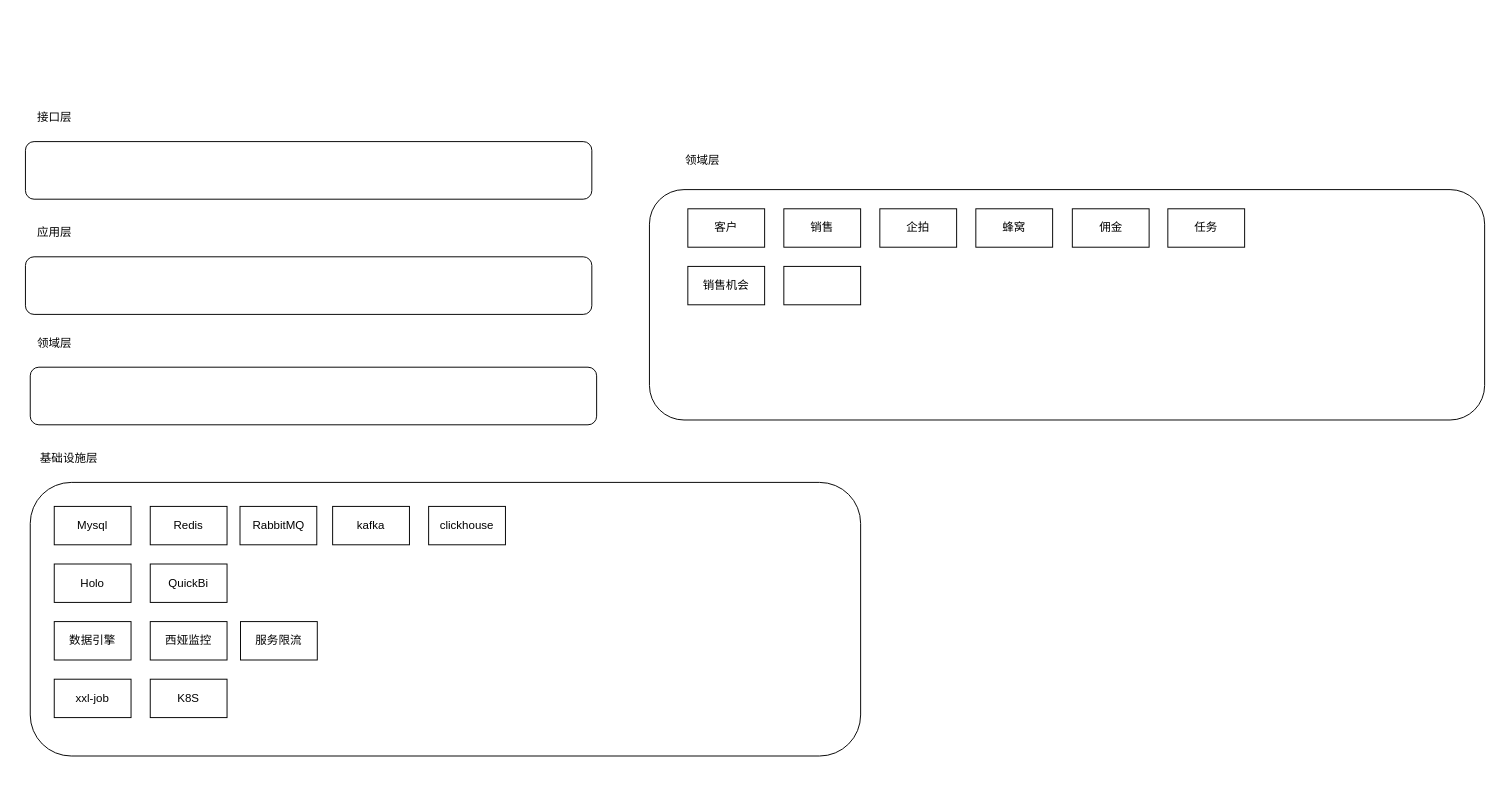
The draw.io diagram RS&RP应用层架构.drawio in shixiaoding/draw, before the edit. Source tidied: cells renumbered, new cells numbered last; positions are measured from the earlier drawing's top-left corner, leaving out a move shared by most shapes. Both pictures are drawn from the tidied source at 96%, with x=0, y=0 at pixel (25, 103).
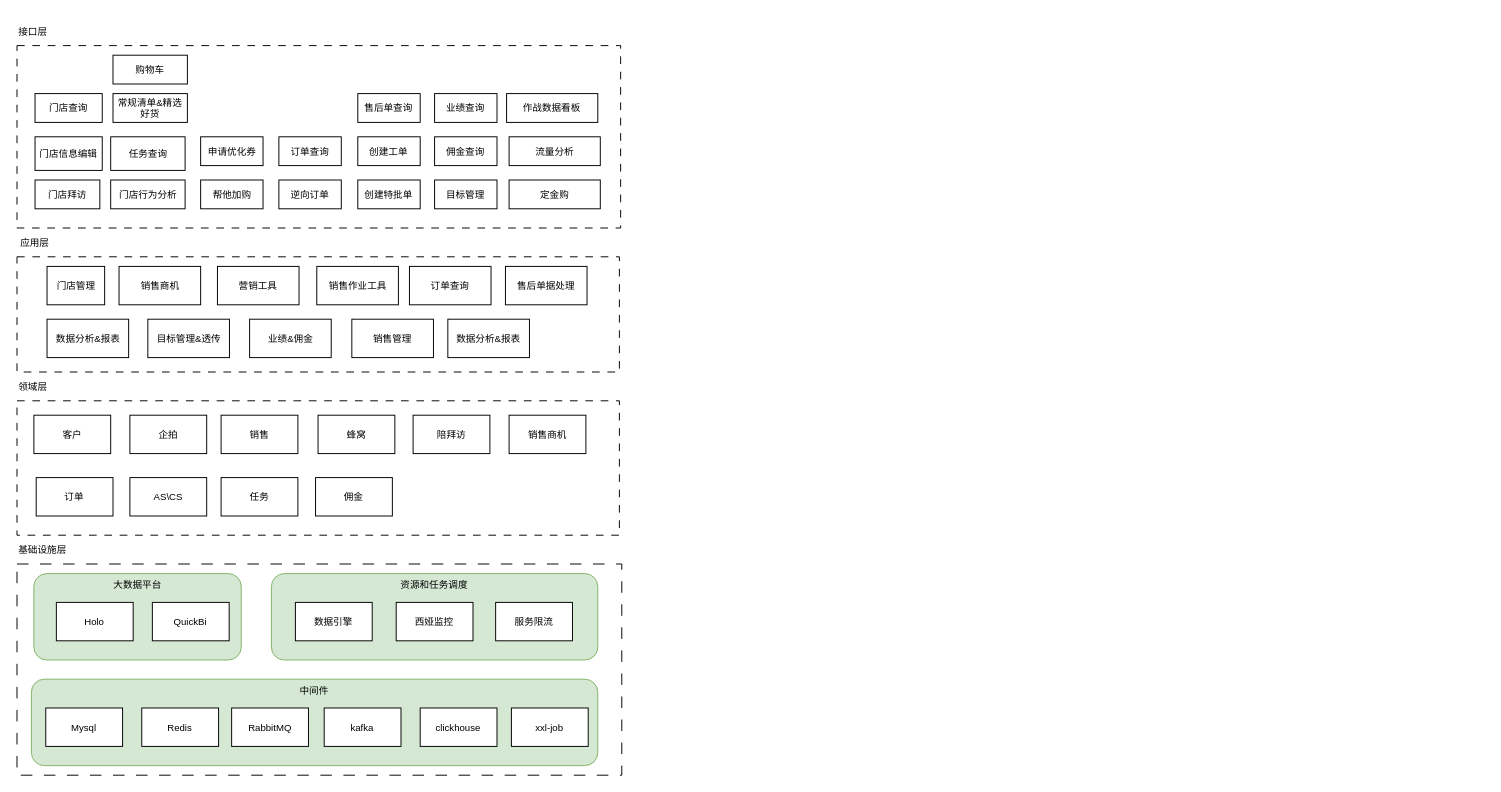
The same diagram, later.

Commit message (it also covers changes not shown here):
更新RS&RP应用层架构.drawio

Change to the diagram source:
```diff
@@
-    <mxCell id="2" style="rounded=1;whiteSpace=wrap;html=1;" parent="1" vertex="1">
-      <mxGeometry x="5" y="275" width="590" height="60" as="geometry" />
-    </mxCell>
-    <mxCell id="3" value="领域层" style="text;html=1;align=center;verticalAlign=middle;strokeColor=none;fillColor=none;" parent="1" vertex="1">
-      <mxGeometry y="235" width="60" height="30" as="geometry" />
-    </mxCell>
-    <mxCell id="4" style="rounded=1;whiteSpace=wrap;html=1;" parent="1" vertex="1">
-      <mxGeometry x="5" y="395" width="865" height="285" as="geometry" />
+    <mxCell id="4" style="rounded=0;whiteSpace=wrap;html=1;dashed=1;dashPattern=12 12;fontSize=10;" parent="1" vertex="1">
+      <mxGeometry x="-8.8" y="480" width="630" height="220" as="geometry" />
     </mxCell>
+    <mxCell id="32" value="资源和任务调度" style="rounded=1;whiteSpace=wrap;html=1;horizontal=1;verticalAlign=top;fillColor=#d5e8d4;strokeColor=#82b366;fontSize=10;" parent="1" vertex="1">
+      <mxGeometry x="256.2" y="490" width="340" height="90" as="geometry" />
+    </mxCell>
+    <mxCell id="33" value="大数据平台" style="rounded=1;whiteSpace=wrap;html=1;horizontal=1;verticalAlign=top;fillColor=#d5e8d4;strokeColor=#82b366;fontSize=10;" parent="1" vertex="1">
+      <mxGeometry x="8.8" y="490" width="216" height="90" as="geometry" />
+    </mxCell>
+    <mxCell id="34" value="中间件" style="rounded=1;whiteSpace=wrap;html=1;horizontal=1;verticalAlign=top;fillColor=#d5e8d4;strokeColor=#82b366;fontSize=10;" parent="1" vertex="1">
+      <mxGeometry x="6.2" y="600" width="590" height="90" as="geometry" />
+    </mxCell>
-    <mxCell id="5" value="基础设施层" style="text;html=1;align=center;verticalAlign=middle;strokeColor=none;fillColor=none;" parent="1" vertex="1">
-      <mxGeometry x="5" y="355" width="80" height="30" as="geometry" />
+    <mxCell id="5" value="基础设施层" style="text;html=1;align=left;verticalAlign=middle;strokeColor=none;fillColor=none;fontSize=10;" parent="1" vertex="1">
+      <mxGeometry x="-8.8" y="450" width="70" height="30" as="geometry" />
     </mxCell>
-    <mxCell id="6" value="Mysql" style="rounded=0;whiteSpace=wrap;html=1;" parent="1" vertex="1">
-      <mxGeometry x="30" y="420" width="80" height="40" as="geometry" />
+    <mxCell id="6" value="Mysql" style="rounded=0;whiteSpace=wrap;html=1;fontSize=10;" parent="1" vertex="1">
+      <mxGeometry x="21.2" y="630" width="80" height="40" as="geometry" />
     </mxCell>
-    <mxCell id="7" value="clickhouse" style="rounded=0;whiteSpace=wrap;html=1;" parent="1" vertex="1">
-      <mxGeometry x="420" y="420" width="80" height="40" as="geometry" />
+    <mxCell id="7" value="clickhouse" style="rounded=0;whiteSpace=wrap;html=1;fontSize=10;" parent="1" vertex="1">
+      <mxGeometry x="411.2" y="630" width="80" height="40" as="geometry" />
     </mxCell>
-    <mxCell id="8" value="Redis" style="rounded=0;whiteSpace=wrap;html=1;" parent="1" vertex="1">
-      <mxGeometry x="130" y="420" width="80" height="40" as="geometry" />
+    <mxCell id="8" value="Redis" style="rounded=0;whiteSpace=wrap;html=1;fontSize=10;" parent="1" vertex="1">
+      <mxGeometry x="121.2" y="630" width="80" height="40" as="geometry" />
     </mxCell>
-    <mxCell id="9" value="RabbitMQ" style="rounded=0;whiteSpace=wrap;html=1;" parent="1" vertex="1">
-      <mxGeometry x="223.5" y="420" width="80" height="40" as="geometry" />
+    <mxCell id="9" value="RabbitMQ" style="rounded=0;whiteSpace=wrap;html=1;fontSize=10;" parent="1" vertex="1">
+      <mxGeometry x="214.8" y="630" width="80" height="40" as="geometry" />
     </mxCell>
-    <mxCell id="10" value="kafka" style="rounded=0;whiteSpace=wrap;html=1;" parent="1" vertex="1">
-      <mxGeometry x="320" y="420" width="80" height="40" as="geometry" />
+    <mxCell id="10" value="kafka" style="rounded=0;whiteSpace=wrap;html=1;fontSize=10;" parent="1" vertex="1">
+      <mxGeometry x="311.2" y="630" width="80" height="40" as="geometry" />
     </mxCell>
-    <mxCell id="11" value="Holo" style="rounded=0;whiteSpace=wrap;html=1;" parent="1" vertex="1">
-      <mxGeometry x="30" y="480" width="80" height="40" as="geometry" />
+    <mxCell id="11" value="Holo" style="rounded=0;whiteSpace=wrap;html=1;fontSize=10;" parent="1" vertex="1">
+      <mxGeometry x="32.2" y="520" width="80" height="40" as="geometry" />
     </mxCell>
-    <mxCell id="12" value="QuickBi" style="rounded=0;whiteSpace=wrap;html=1;" parent="1" vertex="1">
-      <mxGeometry x="130" y="480" width="80" height="40" as="geometry" />
+    <mxCell id="12" value="QuickBi" style="rounded=0;whiteSpace=wrap;html=1;fontSize=10;" parent="1" vertex="1">
+      <mxGeometry x="132.2" y="520" width="80" height="40" as="geometry" />
     </mxCell>
-    <mxCell id="13" value="数据引擎" style="rounded=0;whiteSpace=wrap;html=1;" parent="1" vertex="1">
-      <mxGeometry x="30" y="540" width="80" height="40" as="geometry" />
+    <mxCell id="13" value="数据引擎" style="rounded=0;whiteSpace=wrap;html=1;fontSize=10;" parent="1" vertex="1">
+      <mxGeometry x="281.2" y="520" width="80" height="40" as="geometry" />
     </mxCell>
-    <mxCell id="14" value="西娅监控" style="rounded=0;whiteSpace=wrap;html=1;" parent="1" vertex="1">
-      <mxGeometry x="130" y="540" width="80" height="40" as="geometry" />
+    <mxCell id="14" value="西娅监控" style="rounded=0;whiteSpace=wrap;html=1;fontSize=10;" parent="1" vertex="1">
+      <mxGeometry x="386.2" y="520" width="80" height="40" as="geometry" />
     </mxCell>
-    <mxCell id="15" value="服务限流" style="rounded=0;whiteSpace=wrap;html=1;" parent="1" vertex="1">
-      <mxGeometry x="224" y="540" width="80" height="40" as="geometry" />
+    <mxCell id="15" value="服务限流" style="rounded=0;whiteSpace=wrap;html=1;fontSize=10;" parent="1" vertex="1">
+      <mxGeometry x="489.8" y="520" width="80" height="40" as="geometry" />
     </mxCell>
-    <mxCell id="16" value="xxl-job" style="rounded=0;whiteSpace=wrap;html=1;" parent="1" vertex="1">
-      <mxGeometry x="30" y="600" width="80" height="40" as="geometry" />
-    </mxCell>
-    <mxCell id="17" value="K8S" style="rounded=0;whiteSpace=wrap;html=1;" parent="1" vertex="1">
-      <mxGeometry x="130" y="600" width="80" height="40" as="geometry" />
-    </mxCell>
-    <mxCell id="18" style="rounded=1;whiteSpace=wrap;html=1;" parent="1" vertex="1">
-      <mxGeometry y="40" width="590" height="60" as="geometry" />
+    <mxCell id="18" style="rounded=0;whiteSpace=wrap;html=1;dashed=1;dashPattern=8 8;fontSize=10;" parent="1" vertex="1">
+      <mxGeometry x="-8.8" y="-60" width="628.8" height="190" as="geometry" />
     </mxCell>
-    <mxCell id="19" value="接口层" style="text;html=1;align=center;verticalAlign=middle;strokeColor=none;fillColor=none;" parent="1" vertex="1">
-      <mxGeometry width="60" height="30" as="geometry" />
+    <mxCell id="19" value="接口层" style="text;html=1;align=left;verticalAlign=middle;strokeColor=none;fillColor=none;fontSize=10;" parent="1" vertex="1">
+      <mxGeometry x="-8.8" y="-90" width="50" height="30" as="geometry" />
     </mxCell>
-    <mxCell id="20" value="应用层" style="text;html=1;align=center;verticalAlign=middle;strokeColor=none;fillColor=none;" parent="1" vertex="1">
-      <mxGeometry y="120" width="60" height="30" as="geometry" />
+    <mxCell id="20" value="应用层" style="text;html=1;align=left;verticalAlign=middle;strokeColor=none;fillColor=none;fontSize=10;" parent="1" vertex="1">
+      <mxGeometry x="-7.5" y="130" width="50" height="30" as="geometry" />
     </mxCell>
-    <mxCell id="21" style="rounded=1;whiteSpace=wrap;html=1;" parent="1" vertex="1">
-      <mxGeometry y="160" width="590" height="60" as="geometry" />
+    <mxCell id="21" style="rounded=0;whiteSpace=wrap;html=1;dashed=1;dashPattern=8 8;fontSize=10;" parent="1" vertex="1">
+      <mxGeometry x="-8.8" y="160" width="627.5" height="120" as="geometry" />
     </mxCell>
-    <mxCell id="22" style="rounded=1;whiteSpace=wrap;html=1;" parent="1" vertex="1">
-      <mxGeometry x="650" y="90" width="870" height="240" as="geometry" />
+    <mxCell id="22" style="rounded=0;whiteSpace=wrap;html=1;dashed=1;dashPattern=8 8;fontSize=10;" parent="1" vertex="1">
+      <mxGeometry x="-8.8" y="310" width="627.5" height="140" as="geometry" />
     </mxCell>
-    <mxCell id="23" value="领域层" style="text;html=1;align=center;verticalAlign=middle;strokeColor=none;fillColor=none;" parent="1" vertex="1">
-      <mxGeometry x="675" y="45" width="60" height="30" as="geometry" />
+    <mxCell id="23" value="领域层" style="text;html=1;align=left;verticalAlign=middle;strokeColor=none;fillColor=none;fontSize=10;" parent="1" vertex="1">
+      <mxGeometry x="-8.8" y="280" width="50" height="30" as="geometry" />
     </mxCell>
-    <mxCell id="24" value="客户" style="rounded=0;whiteSpace=wrap;html=1;" parent="1" vertex="1">
-      <mxGeometry x="690" y="110" width="80" height="40" as="geometry" />
+    <mxCell id="24" value="客户" style="rounded=0;whiteSpace=wrap;html=1;fontSize=10;" parent="1" vertex="1">
+      <mxGeometry x="8.8" y="325" width="80" height="40" as="geometry" />
     </mxCell>
-    <mxCell id="25" value="销售" style="rounded=0;whiteSpace=wrap;html=1;" parent="1" vertex="1">
-      <mxGeometry x="790" y="110" width="80" height="40" as="geometry" />
+    <mxCell id="25" value="销售" style="rounded=0;whiteSpace=wrap;html=1;fontSize=10;" parent="1" vertex="1">
+      <mxGeometry x="203.8" y="325" width="80" height="40" as="geometry" />
     </mxCell>
-    <mxCell id="26" value="销售机会" style="rounded=0;whiteSpace=wrap;html=1;" parent="1" vertex="1">
-      <mxGeometry x="690" y="170" width="80" height="40" as="geometry" />
+    <mxCell id="26" value="销售商机" style="rounded=0;whiteSpace=wrap;html=1;fontSize=10;" parent="1" vertex="1">
+      <mxGeometry x="503.8" y="325" width="80" height="40" as="geometry" />
     </mxCell>
-    <mxCell id="27" value="佣金" style="rounded=0;whiteSpace=wrap;html=1;" parent="1" vertex="1">
-      <mxGeometry x="1090.5" y="110" width="80" height="40" as="geometry" />
+    <mxCell id="27" value="佣金" style="rounded=0;whiteSpace=wrap;html=1;fontSize=10;" parent="1" vertex="1">
+      <mxGeometry x="302.2" y="390" width="80" height="40" as="geometry" />
     </mxCell>
-    <mxCell id="28" value="任务" style="rounded=0;whiteSpace=wrap;html=1;" parent="1" vertex="1">
-      <mxGeometry x="1190" y="110" width="80" height="40" as="geometry" />
+    <mxCell id="28" value="任务" style="rounded=0;whiteSpace=wrap;html=1;fontSize=10;" parent="1" vertex="1">
+      <mxGeometry x="203.8" y="390" width="80" height="40" as="geometry" />
     </mxCell>
-    <mxCell id="29" value="企拍" style="rounded=0;whiteSpace=wrap;html=1;" parent="1" vertex="1">
-      <mxGeometry x="890" y="110" width="80" height="40" as="geometry" />
+    <mxCell id="29" value="企拍" style="rounded=0;whiteSpace=wrap;html=1;fontSize=10;" parent="1" vertex="1">
+      <mxGeometry x="108.8" y="325" width="80" height="40" as="geometry" />
     </mxCell>
-    <mxCell id="30" value="蜂窝" style="rounded=0;whiteSpace=wrap;html=1;" parent="1" vertex="1">
-      <mxGeometry x="990" y="110" width="80" height="40" as="geometry" />
+    <mxCell id="30" value="蜂窝" style="rounded=0;whiteSpace=wrap;html=1;fontSize=10;" parent="1" vertex="1">
+      <mxGeometry x="304.8" y="325" width="80" height="40" as="geometry" />
     </mxCell>
-    <mxCell id="31" style="rounded=0;whiteSpace=wrap;html=1;" parent="1" vertex="1">
-      <mxGeometry x="790" y="170" width="80" height="40" as="geometry" />
-    </mxCell>
+    <mxCell id="16" value="xxl-job" style="rounded=0;whiteSpace=wrap;html=1;fontSize=10;" parent="1" vertex="1">
+      <mxGeometry x="506.2" y="630" width="80" height="40" as="geometry" />
+    </mxCell>
+    <mxCell id="35" value="门店查询" style="rounded=0;whiteSpace=wrap;html=1;fontSize=10;" parent="1" vertex="1">
+      <mxGeometry x="10" y="-10" width="70" height="30" as="geometry" />
+    </mxCell>
+    <mxCell id="36" value="帮他加购" style="rounded=0;whiteSpace=wrap;html=1;fontSize=10;" parent="1" vertex="1">
+      <mxGeometry x="182.5" y="80" width="65" height="30" as="geometry" />
+    </mxCell>
+    <mxCell id="37" value="门店管理" style="rounded=0;whiteSpace=wrap;html=1;fontSize=10;" parent="1" vertex="1">
+      <mxGeometry x="22.5" y="170" width="60" height="40" as="geometry" />
+    </mxCell>
+    <mxCell id="38" value="销售作业工具" style="rounded=0;whiteSpace=wrap;html=1;fontSize=10;" parent="1" vertex="1">
+      <mxGeometry x="303.5" y="170" width="85" height="40" as="geometry" />
+    </mxCell>
+    <mxCell id="39" value="售后单据处理" style="rounded=0;whiteSpace=wrap;html=1;fontSize=10;" parent="1" vertex="1">
+      <mxGeometry x="500" y="170" width="85" height="40" as="geometry" />
+    </mxCell>
+    <mxCell id="40" value="销售商机" style="rounded=0;whiteSpace=wrap;html=1;fontSize=10;" parent="1" vertex="1">
+      <mxGeometry x="97.5" y="170" width="85" height="40" as="geometry" />
+    </mxCell>
+    <mxCell id="41" value="营销工具" style="rounded=0;whiteSpace=wrap;html=1;fontSize=10;" parent="1" vertex="1">
+      <mxGeometry x="200" y="170" width="85" height="40" as="geometry" />
+    </mxCell>
+    <mxCell id="42" value="销售管理" style="rounded=0;whiteSpace=wrap;html=1;fontSize=10;" parent="1" vertex="1">
+      <mxGeometry x="340" y="225" width="85" height="40" as="geometry" />
+    </mxCell>
+    <mxCell id="43" value="数据分析&amp;amp;报表" style="rounded=0;whiteSpace=wrap;html=1;fontSize=10;" parent="1" vertex="1">
+      <mxGeometry x="440" y="225" width="85" height="40" as="geometry" />
+    </mxCell>
+    <mxCell id="44" value="订单查询" style="rounded=0;whiteSpace=wrap;html=1;fontSize=10;" parent="1" vertex="1">
+      <mxGeometry x="400" y="170" width="85" height="40" as="geometry" />
+    </mxCell>
+    <mxCell id="45" value="数据分析&amp;amp;报表" style="rounded=0;whiteSpace=wrap;html=1;fontSize=10;" parent="1" vertex="1">
+      <mxGeometry x="22.5" y="225" width="85" height="40" as="geometry" />
+    </mxCell>
+    <mxCell id="46" value="业绩&amp;amp;佣金" style="rounded=0;whiteSpace=wrap;html=1;fontSize=10;" parent="1" vertex="1">
+      <mxGeometry x="233.5" y="225" width="85" height="40" as="geometry" />
+    </mxCell>
+    <mxCell id="47" value="目标管理&amp;amp;透传" style="rounded=0;whiteSpace=wrap;html=1;fontSize=10;" parent="1" vertex="1">
+      <mxGeometry x="127.5" y="225" width="85" height="40" as="geometry" />
+    </mxCell>
+    <mxCell id="48" value="陪拜访" style="rounded=0;whiteSpace=wrap;html=1;fontSize=10;" parent="1" vertex="1">
+      <mxGeometry x="403.8" y="325" width="80" height="40" as="geometry" />
+    </mxCell>
+    <mxCell id="49" value="订单" style="rounded=0;whiteSpace=wrap;html=1;fontSize=10;" parent="1" vertex="1">
+      <mxGeometry x="11.2" y="390" width="80" height="40" as="geometry" />
+    </mxCell>
+    <mxCell id="50" value="AS\CS" style="rounded=0;whiteSpace=wrap;html=1;fontSize=10;" parent="1" vertex="1">
+      <mxGeometry x="108.8" y="390" width="80" height="40" as="geometry" />
+    </mxCell>
+    <mxCell id="51" value="任务查询" style="rounded=0;whiteSpace=wrap;html=1;fontSize=10;" parent="1" vertex="1">
+      <mxGeometry x="88.8" y="35" width="77.5" height="35" as="geometry" />
+    </mxCell>
+    <mxCell id="52" value="常规清单&amp;amp;精选好货" style="rounded=0;whiteSpace=wrap;html=1;fontSize=10;" parent="1" vertex="1">
+      <mxGeometry x="91.2" y="-10" width="77.5" height="30" as="geometry" />
+    </mxCell>
+    <mxCell id="53" value="门店信息编辑" style="rounded=0;whiteSpace=wrap;html=1;fontSize=10;" parent="1" vertex="1">
+      <mxGeometry x="10" y="35" width="70" height="35" as="geometry" />
+    </mxCell>
+    <mxCell id="54" value="门店拜访" style="rounded=0;whiteSpace=wrap;html=1;fontSize=10;" parent="1" vertex="1">
+      <mxGeometry x="10" y="80" width="67.5" height="30" as="geometry" />
+    </mxCell>
+    <mxCell id="55" value="门店行为分析" style="rounded=0;whiteSpace=wrap;html=1;fontSize=10;" parent="1" vertex="1">
+      <mxGeometry x="88.8" y="80" width="77.5" height="30" as="geometry" />
+    </mxCell>
+    <mxCell id="56" value="申请优化券" style="rounded=0;whiteSpace=wrap;html=1;fontSize=10;" parent="1" vertex="1">
+      <mxGeometry x="182.5" y="35" width="65" height="30" as="geometry" />
+    </mxCell>
+    <mxCell id="57" value="购物车" style="rounded=0;whiteSpace=wrap;html=1;fontSize=10;" parent="1" vertex="1">
+      <mxGeometry x="91.2" y="-50" width="77.5" height="30" as="geometry" />
+    </mxCell>
+    <mxCell id="58" value="订单查询" style="rounded=0;whiteSpace=wrap;html=1;fontSize=10;" parent="1" vertex="1">
+      <mxGeometry x="264" y="35" width="65" height="30" as="geometry" />
+    </mxCell>
+    <mxCell id="59" value="售后单查询" style="rounded=0;whiteSpace=wrap;html=1;fontSize=10;" parent="1" vertex="1">
+      <mxGeometry x="346.2" y="-10" width="65" height="30" as="geometry" />
+    </mxCell>
+    <mxCell id="60" value="创建工单" style="rounded=0;whiteSpace=wrap;html=1;fontSize=10;" parent="1" vertex="1">
+      <mxGeometry x="346.2" y="35" width="65" height="30" as="geometry" />
+    </mxCell>
+    <mxCell id="61" value="创建特批单" style="rounded=0;whiteSpace=wrap;html=1;fontSize=10;" parent="1" vertex="1">
+      <mxGeometry x="346.2" y="80" width="65" height="30" as="geometry" />
+    </mxCell>
+    <mxCell id="62" value="逆向订单" style="rounded=0;whiteSpace=wrap;html=1;fontSize=10;" parent="1" vertex="1">
+      <mxGeometry x="264" y="80" width="65" height="30" as="geometry" />
+    </mxCell>
+    <mxCell id="63" value="业绩查询" style="rounded=0;whiteSpace=wrap;html=1;fontSize=10;" parent="1" vertex="1">
+      <mxGeometry x="426.2" y="-10" width="65" height="30" as="geometry" />
+    </mxCell>
+    <mxCell id="64" value="佣金查询" style="rounded=0;whiteSpace=wrap;html=1;fontSize=10;" parent="1" vertex="1">
+      <mxGeometry x="426.2" y="35" width="65" height="30" as="geometry" />
+    </mxCell>
+    <mxCell id="65" value="目标管理" style="rounded=0;whiteSpace=wrap;html=1;fontSize=10;" parent="1" vertex="1">
+      <mxGeometry x="426.2" y="80" width="65" height="30" as="geometry" />
+    </mxCell>
+    <mxCell id="66" value="作战数据看板" style="rounded=0;whiteSpace=wrap;html=1;fontSize=10;" parent="1" vertex="1">
+      <mxGeometry x="501.2" y="-10" width="95" height="30" as="geometry" />
+    </mxCell>
+    <mxCell id="67" value="流量分析" style="rounded=0;whiteSpace=wrap;html=1;fontSize=10;" parent="1" vertex="1">
+      <mxGeometry x="503.8" y="35" width="95" height="30" as="geometry" />
+    </mxCell>
+    <mxCell id="68" value="定金购" style="rounded=0;whiteSpace=wrap;html=1;fontSize=10;" parent="1" vertex="1">
+      <mxGeometry x="503.8" y="80" width="95" height="30" as="geometry" />
+    </mxCell>
```
